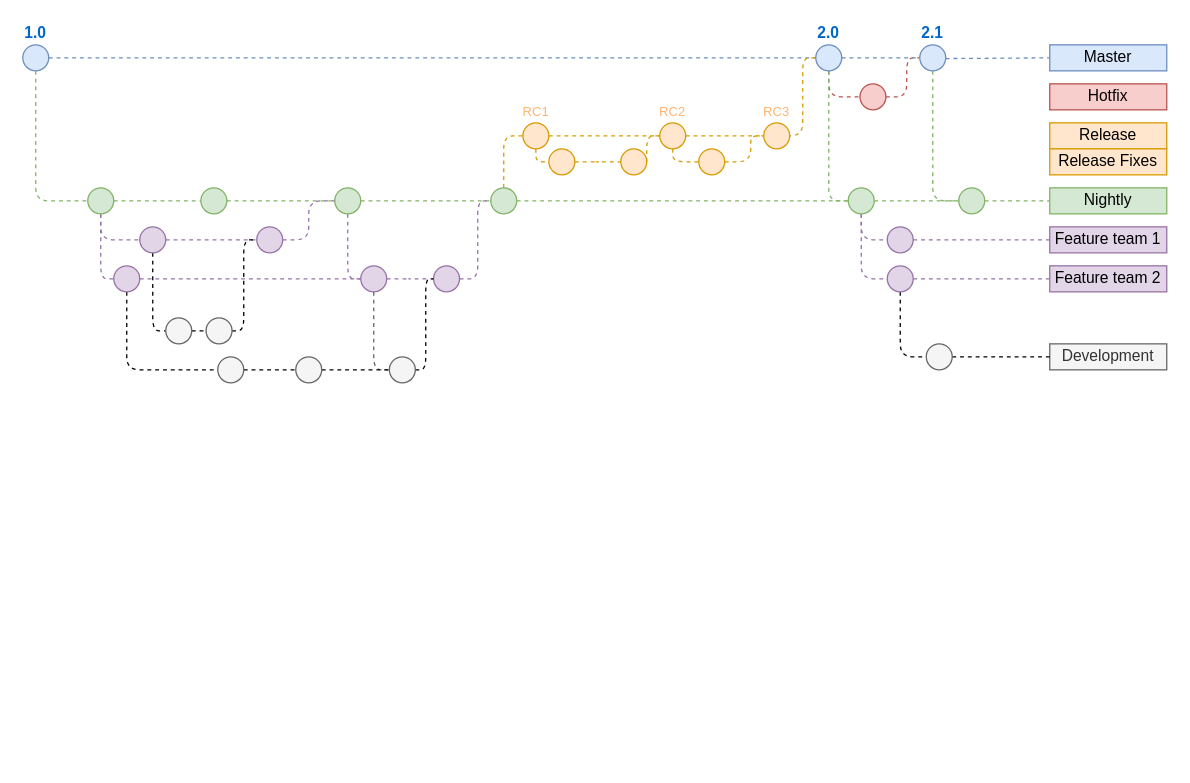
Earlier version of the draw.io diagram ATW_data_flow.drawio (jerome-cjko/foolingAround). Source tidied: cells renumbered, new cells numbered last; positions are measured from the earlier drawing's top-left corner, leaving out a move shared by most shapes. Both pictures are drawn from the tidied source at 130%, with x=0, y=0 at pixel (22, 44).
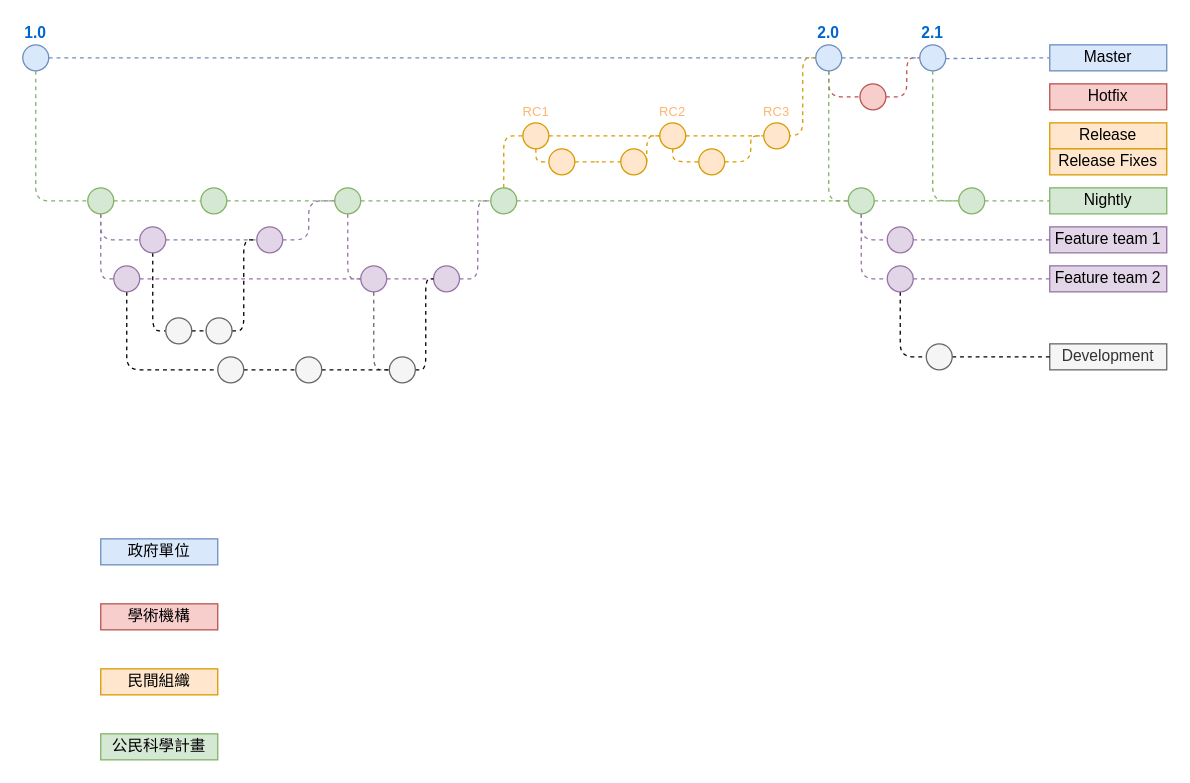
The same page after the edit.

Change to the diagram source:
```diff
@@
+    <mxCell id="83" value="政府單位" style="text;html=1;strokeColor=#6c8ebf;fillColor=#dae8fc;align=center;verticalAlign=middle;whiteSpace=wrap;rounded=0;" parent="1" vertex="1">
+      <mxGeometry x="60" y="380" width="90" height="20" as="geometry" />
+    </mxCell>
+    <mxCell id="84" value="學術機構" style="text;html=1;strokeColor=#b85450;fillColor=#f8cecc;align=center;verticalAlign=middle;whiteSpace=wrap;rounded=0;" parent="1" vertex="1">
+      <mxGeometry x="60" y="430" width="90" height="20" as="geometry" />
+    </mxCell>
+    <mxCell id="85" value="民間組織" style="text;html=1;strokeColor=#d79b00;fillColor=#ffe6cc;align=center;verticalAlign=middle;whiteSpace=wrap;rounded=0;fontSize=12;" parent="1" vertex="1">
+      <mxGeometry x="60" y="480" width="90" height="20" as="geometry" />
+    </mxCell>
+    <mxCell id="86" value="公民科學計畫" style="text;html=1;strokeColor=#82b366;fillColor=#d5e8d4;align=center;verticalAlign=middle;whiteSpace=wrap;rounded=0;" parent="1" vertex="1">
+      <mxGeometry x="60" y="530" width="90" height="20" as="geometry" />
+    </mxCell>
```
